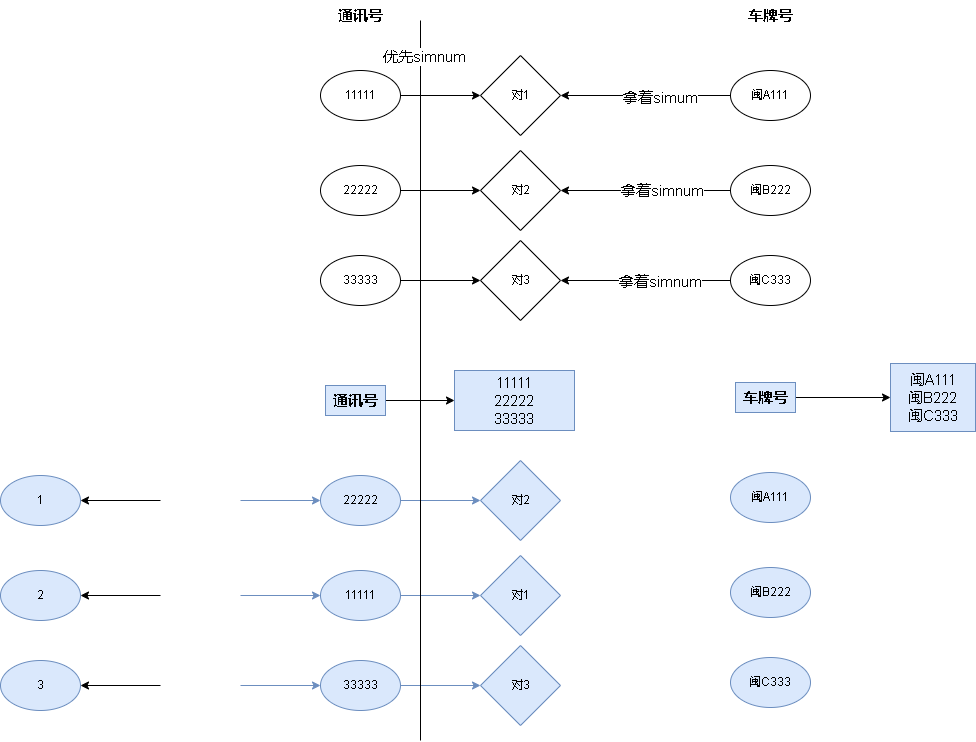
Above: 车辆加载.drawio.png in xktder/draw (draw.io), before the change. Source tidied: cells renumbered, new cells last; positions are measured from the earlier drawing's top-left corner, leaving out a move shared by most shapes.
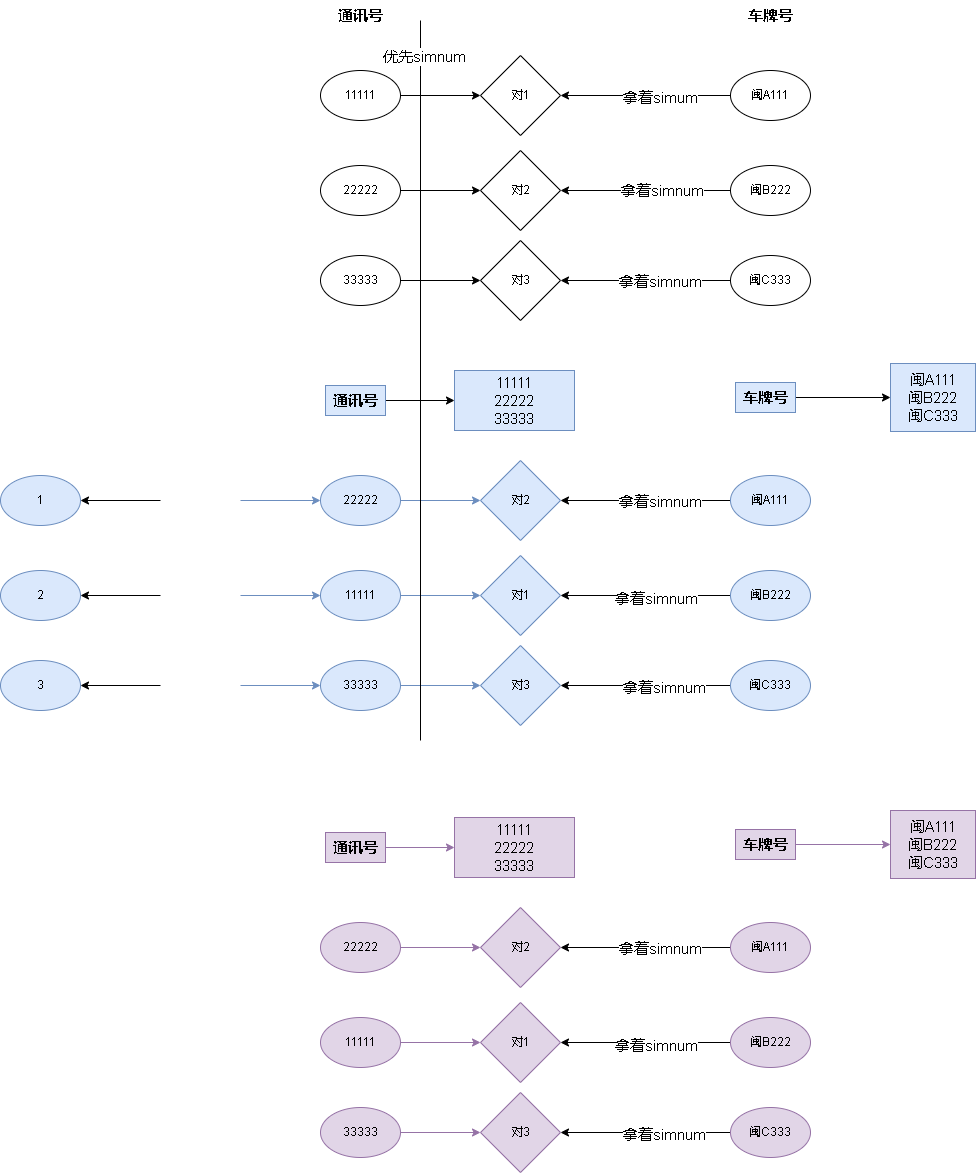
The same diagram one commit later.

Commit message:
更新车辆加载.drawio.png

Diff of the diagram source:
```diff
@@ -146,14 +146,32 @@
     <mxCell id="44" value="车牌号" style="text;html=1;strokeColor=none;fillColor=none;align=center;verticalAlign=middle;whiteSpace=wrap;rounded=0;fontStyle=1;fontSize=15;" parent="1" vertex="1">
       <mxGeometry x="740" width="60" height="30" as="geometry" />
     </mxCell>
+    <mxCell id="51" style="edgeStyle=orthogonalEdgeStyle;rounded=0;jettySize=auto;html=1;entryX=1;entryY=0.5;entryDx=0;entryDy=0;fontSize=15;" parent="1" edge="1" source="45" target="26">
+      <mxGeometry relative="1" as="geometry" />
+    </mxCell>
+    <mxCell id="52" value="拿着simnum" style="edgeLabel;html=1;align=center;verticalAlign=middle;fontSize=15;" parent="51" vertex="1">
+      <mxGeometry x="-0.16" relative="1" as="geometry" />
+    </mxCell>
     <mxCell id="45" value="闽A111" style="ellipse;whiteSpace=wrap;html=1;fillColor=#dae8fc;strokeColor=#6c8ebf;" parent="1" vertex="1">
-      <mxGeometry x="730" y="472" width="80" height="50" as="geometry" />
+      <mxGeometry x="730" y="475" width="80" height="50" as="geometry" />
     </mxCell>
+    <mxCell id="53" style="edgeStyle=orthogonalEdgeStyle;rounded=0;jettySize=auto;html=1;entryX=1;entryY=0.5;entryDx=0;entryDy=0;fontSize=15;" parent="1" edge="1" source="46" target="27">
+      <mxGeometry relative="1" as="geometry" />
+    </mxCell>
+    <mxCell id="54" value="拿着simnum" style="edgeLabel;html=1;align=center;verticalAlign=middle;fontSize=15;" parent="53" vertex="1">
+      <mxGeometry x="-0.12" y="2" relative="1" as="geometry" />
+    </mxCell>
     <mxCell id="46" value="闽B222" style="ellipse;whiteSpace=wrap;html=1;fillColor=#dae8fc;strokeColor=#6c8ebf;" parent="1" vertex="1">
-      <mxGeometry x="730" y="567" width="80" height="50" as="geometry" />
+      <mxGeometry x="730" y="570" width="80" height="50" as="geometry" />
     </mxCell>
+    <mxCell id="55" style="edgeStyle=orthogonalEdgeStyle;rounded=0;jettySize=auto;html=1;entryX=1;entryY=0.5;entryDx=0;entryDy=0;fontSize=15;" parent="1" edge="1" source="47" target="28">
+      <mxGeometry relative="1" as="geometry" />
+    </mxCell>
+    <mxCell id="56" value="拿着simnum" style="edgeLabel;html=1;align=center;verticalAlign=middle;fontSize=15;" parent="55" vertex="1">
+      <mxGeometry x="-0.21" y="1" relative="1" as="geometry" />
+    </mxCell>
     <mxCell id="47" value="闽C333" style="ellipse;whiteSpace=wrap;html=1;fillColor=#dae8fc;strokeColor=#6c8ebf;" parent="1" vertex="1">
-      <mxGeometry x="730" y="657" width="80" height="50" as="geometry" />
+      <mxGeometry x="730" y="660" width="80" height="50" as="geometry" />
     </mxCell>
     <mxCell id="48" style="edgeStyle=orthogonalEdgeStyle;rounded=0;jettySize=auto;html=1;fontSize=15;" parent="1" edge="1" source="49" target="50">
       <mxGeometry relative="1" as="geometry" />
@@ -164,5 +182,77 @@
     <mxCell id="50" value="&lt;span style=&quot;font-weight: normal;&quot;&gt;闽A111&lt;br&gt;闽B222&lt;br&gt;闽C333&lt;/span&gt;" style="text;html=1;strokeColor=#6c8ebf;fillColor=#dae8fc;align=center;verticalAlign=middle;whiteSpace=wrap;rounded=0;fontStyle=1;fontSize=15;" parent="1" vertex="1">
       <mxGeometry x="890" y="363" width="85" height="68" as="geometry" />
     </mxCell>
+    <mxCell id="57" style="edgeStyle=orthogonalEdgeStyle;rounded=0;jettySize=auto;html=1;fontSize=15;fillColor=#e1d5e7;strokeColor=#9673a6;" parent="1" edge="1" source="58" target="65">
+      <mxGeometry relative="1" as="geometry" />
+    </mxCell>
+    <mxCell id="58" value="22222" style="ellipse;whiteSpace=wrap;html=1;fillColor=#e1d5e7;strokeColor=#9673a6;" parent="1" vertex="1">
+      <mxGeometry x="320" y="922" width="80" height="50" as="geometry" />
+    </mxCell>
+    <mxCell id="59" style="edgeStyle=orthogonalEdgeStyle;rounded=0;jettySize=auto;html=1;fontSize=15;fillColor=#e1d5e7;strokeColor=#9673a6;" parent="1" edge="1" source="60" target="66">
+      <mxGeometry relative="1" as="geometry" />
+    </mxCell>
+    <mxCell id="60" value="11111" style="ellipse;whiteSpace=wrap;html=1;fillColor=#e1d5e7;strokeColor=#9673a6;" parent="1" vertex="1">
+      <mxGeometry x="320" y="1017" width="80" height="50" as="geometry" />
+    </mxCell>
+    <mxCell id="61" style="edgeStyle=orthogonalEdgeStyle;rounded=0;jettySize=auto;html=1;fontSize=15;fillColor=#e1d5e7;strokeColor=#9673a6;" parent="1" edge="1" source="62" target="67">
+      <mxGeometry relative="1" as="geometry" />
+    </mxCell>
+    <mxCell id="62" value="33333" style="ellipse;whiteSpace=wrap;html=1;fillColor=#e1d5e7;strokeColor=#9673a6;" parent="1" vertex="1">
+      <mxGeometry x="320" y="1107" width="80" height="50" as="geometry" />
+    </mxCell>
+    <mxCell id="63" style="edgeStyle=orthogonalEdgeStyle;rounded=0;jettySize=auto;html=1;fontSize=15;fillColor=#e1d5e7;strokeColor=#9673a6;" parent="1" edge="1" source="64" target="68">
+      <mxGeometry relative="1" as="geometry" />
+    </mxCell>
+    <mxCell id="64" value="通讯号" style="text;html=1;strokeColor=#9673a6;fillColor=#e1d5e7;align=center;verticalAlign=middle;whiteSpace=wrap;rounded=0;fontStyle=1;fontSize=15;" parent="1" vertex="1">
+      <mxGeometry x="325" y="832" width="60" height="30" as="geometry" />
+    </mxCell>
+    <mxCell id="65" value="对2" style="rhombus;whiteSpace=wrap;html=1;fillColor=#e1d5e7;strokeColor=#9673a6;" parent="1" vertex="1">
+      <mxGeometry x="480" y="907" width="80" height="80" as="geometry" />
+    </mxCell>
+    <mxCell id="66" value="对1" style="rhombus;whiteSpace=wrap;html=1;fillColor=#e1d5e7;strokeColor=#9673a6;" parent="1" vertex="1">
+      <mxGeometry x="480" y="1002" width="80" height="80" as="geometry" />
+    </mxCell>
+    <mxCell id="67" value="对3" style="rhombus;whiteSpace=wrap;html=1;fillColor=#e1d5e7;strokeColor=#9673a6;" parent="1" vertex="1">
+      <mxGeometry x="480" y="1092" width="80" height="80" as="geometry" />
+    </mxCell>
+    <mxCell id="68" value="&lt;span style=&quot;font-weight: normal;&quot;&gt;11111&lt;br&gt;22222&lt;br&gt;33333&lt;/span&gt;" style="whiteSpace=wrap;html=1;fontSize=15;fillColor=#e1d5e7;strokeColor=#9673a6;rounded=0;fontStyle=1;" parent="1" vertex="1">
+      <mxGeometry x="454" y="817" width="120" height="60" as="geometry" />
+    </mxCell>
+    <mxCell id="69" style="edgeStyle=orthogonalEdgeStyle;rounded=0;jettySize=auto;html=1;entryX=1;entryY=0.5;entryDx=0;entryDy=0;fontSize=15;" parent="1" edge="1" source="71" target="65">
+      <mxGeometry relative="1" as="geometry" />
+    </mxCell>
+    <mxCell id="70" value="拿着simnum" style="edgeLabel;html=1;align=center;verticalAlign=middle;fontSize=15;" parent="69" vertex="1">
+      <mxGeometry x="-0.16" relative="1" as="geometry" />
+    </mxCell>
+    <mxCell id="71" value="闽A111" style="ellipse;whiteSpace=wrap;html=1;fillColor=#e1d5e7;strokeColor=#9673a6;" parent="1" vertex="1">
+      <mxGeometry x="730" y="922" width="80" height="50" as="geometry" />
+    </mxCell>
+    <mxCell id="72" style="edgeStyle=orthogonalEdgeStyle;rounded=0;jettySize=auto;html=1;entryX=1;entryY=0.5;entryDx=0;entryDy=0;fontSize=15;" parent="1" edge="1" source="74" target="66">
+      <mxGeometry relative="1" as="geometry" />
+    </mxCell>
+    <mxCell id="73" value="拿着simnum" style="edgeLabel;html=1;align=center;verticalAlign=middle;fontSize=15;" parent="72" vertex="1">
+      <mxGeometry x="-0.12" y="2" relative="1" as="geometry" />
+    </mxCell>
+    <mxCell id="74" value="闽B222" style="ellipse;whiteSpace=wrap;html=1;fillColor=#e1d5e7;strokeColor=#9673a6;" parent="1" vertex="1">
+      <mxGeometry x="730" y="1017" width="80" height="50" as="geometry" />
+    </mxCell>
+    <mxCell id="75" style="edgeStyle=orthogonalEdgeStyle;rounded=0;jettySize=auto;html=1;entryX=1;entryY=0.5;entryDx=0;entryDy=0;fontSize=15;" parent="1" edge="1" source="77" target="67">
+      <mxGeometry relative="1" as="geometry" />
+    </mxCell>
+    <mxCell id="76" value="拿着simnum" style="edgeLabel;html=1;align=center;verticalAlign=middle;fontSize=15;" parent="75" vertex="1">
+      <mxGeometry x="-0.21" y="1" relative="1" as="geometry" />
+    </mxCell>
+    <mxCell id="77" value="闽C333" style="ellipse;whiteSpace=wrap;html=1;fillColor=#e1d5e7;strokeColor=#9673a6;" parent="1" vertex="1">
+      <mxGeometry x="730" y="1107" width="80" height="50" as="geometry" />
+    </mxCell>
+    <mxCell id="78" style="edgeStyle=orthogonalEdgeStyle;rounded=0;jettySize=auto;html=1;fontSize=15;fillColor=#e1d5e7;strokeColor=#9673a6;" parent="1" edge="1" source="79" target="80">
+      <mxGeometry relative="1" as="geometry" />
+    </mxCell>
+    <mxCell id="79" value="车牌号" style="text;html=1;strokeColor=#9673a6;fillColor=#e1d5e7;align=center;verticalAlign=middle;whiteSpace=wrap;rounded=0;fontStyle=1;fontSize=15;" parent="1" vertex="1">
+      <mxGeometry x="735" y="829" width="60" height="30" as="geometry" />
+    </mxCell>
+    <mxCell id="80" value="&lt;span style=&quot;font-weight: normal;&quot;&gt;闽A111&lt;br&gt;闽B222&lt;br&gt;闽C333&lt;/span&gt;" style="text;html=1;strokeColor=#9673a6;fillColor=#e1d5e7;align=center;verticalAlign=middle;whiteSpace=wrap;rounded=0;fontStyle=1;fontSize=15;" parent="1" vertex="1">
+      <mxGeometry x="890" y="810" width="85" height="68" as="geometry" />
+    </mxCell>
   </root>
 </mxGraphModel>
```
